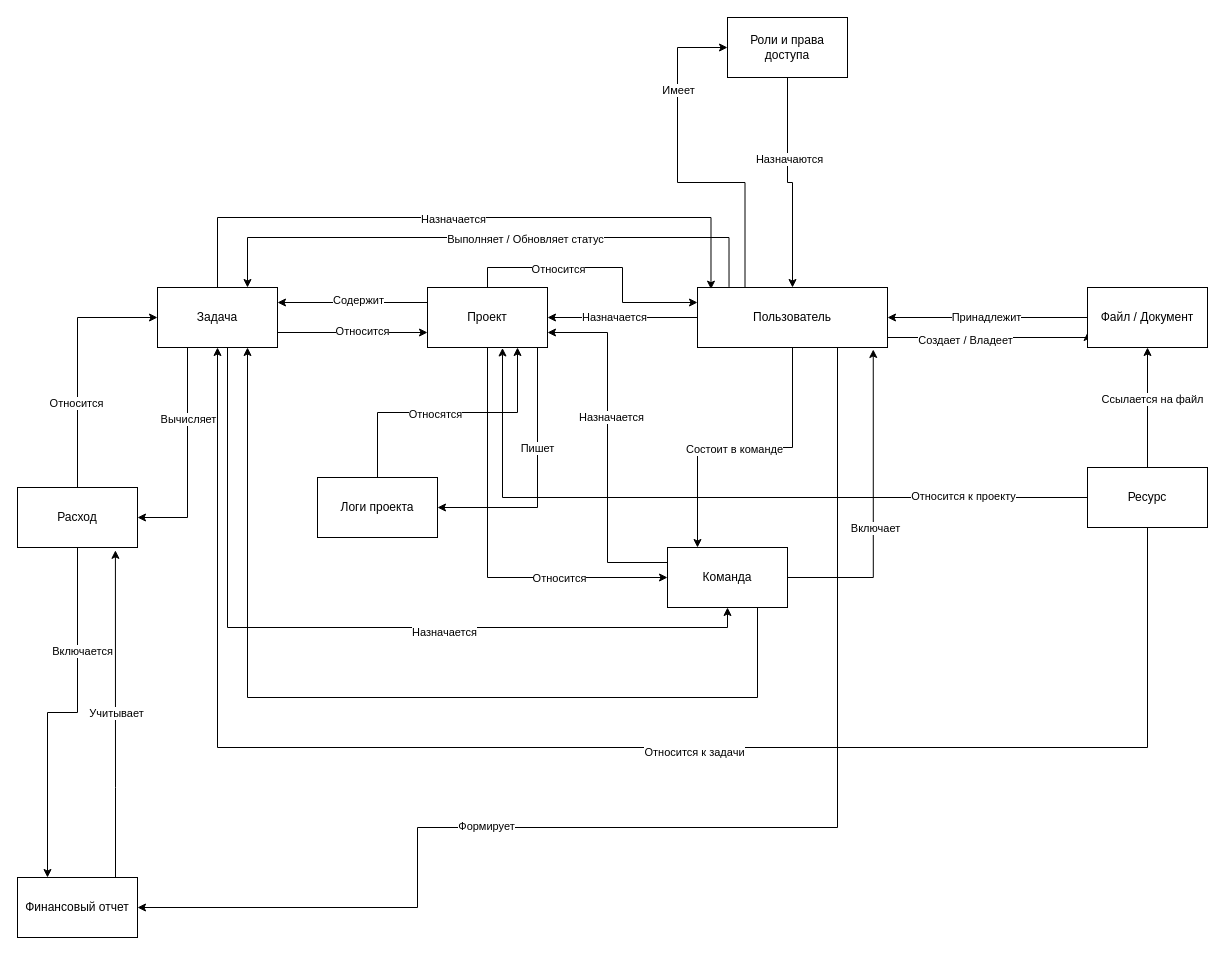
jejikeh/psu_labki keeps this draw.io diagram as c3s1/bd/lab2.drawio. Above is the earlier version. Source tidied: cells renumbered, new cells numbered last; positions are measured from the earlier drawing's top-left corner, leaving out a move shared by most shapes. Both pictures are drawn from the tidied source at 100%, with x=0, y=0 at pixel (17, 17).
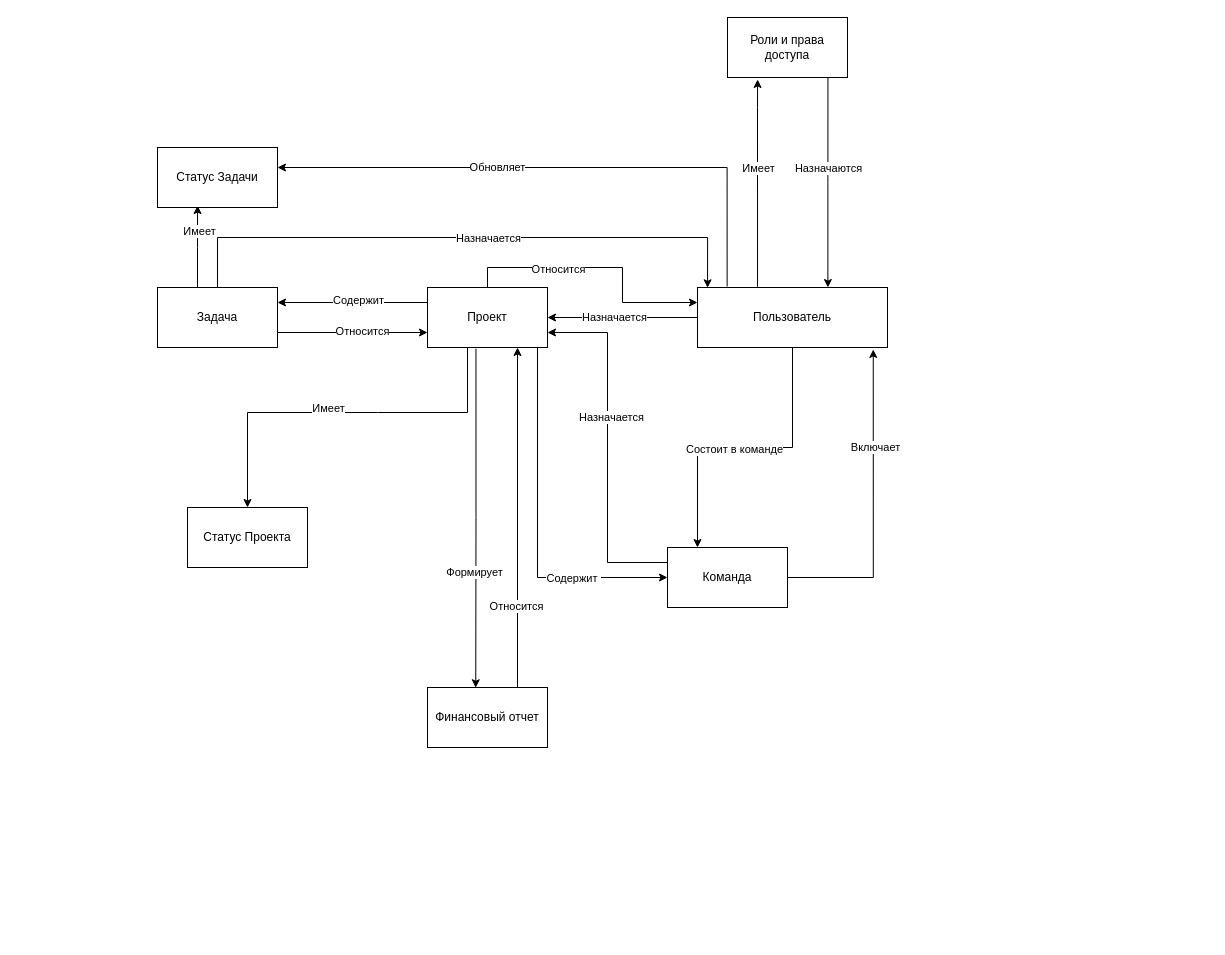
The same page after the edit.

Unchanged cells that the change refers to:
```xml
<mxCell id="10" value="Проект" style="rounded=0;whiteSpace=wrap;html=1;" parent="1" vertex="1">
  <mxGeometry x="410" y="270" width="120" height="60" as="geometry" />
</mxCell>
<mxCell id="17" value="Задача" style="rounded=0;whiteSpace=wrap;html=1;" parent="1" vertex="1">
  <mxGeometry x="140" y="270" width="120" height="60" as="geometry" />
</mxCell>
<mxCell id="45" value="Пользователь" style="rounded=0;whiteSpace=wrap;html=1;" parent="1" vertex="1">
  <mxGeometry x="680" y="270" width="190" height="60" as="geometry" />
</mxCell>
<mxCell id="52" value="Команда" style="rounded=0;whiteSpace=wrap;html=1;" parent="1" vertex="1">
  <mxGeometry x="650" y="530" width="120" height="60" as="geometry" />
</mxCell>
<mxCell id="56" value="Роли и права доступа" style="rounded=0;whiteSpace=wrap;html=1;" parent="1" vertex="1">
  <mxGeometry x="710" width="120" height="60" as="geometry" />
</mxCell>
<mxCell id="57" style="edgeStyle=orthogonalEdgeStyle;rounded=0;jettySize=auto;html=1;entryX=0.925;entryY=1.033;entryDx=0;entryDy=0;entryPerimeter=0;exitX=1;exitY=0.5;exitDx=0;exitDy=0;" parent="1" edge="1" source="52" target="45">
  <mxGeometry relative="1" as="geometry" />
</mxCell>
```

Diff of the diagram source:
```diff
@@
-    <mxCell id="4" style="edgeStyle=orthogonalEdgeStyle;rounded=0;jettySize=auto;html=1;entryX=0;entryY=0.5;entryDx=0;entryDy=0;exitX=0.5;exitY=1;exitDx=0;exitDy=0;" parent="1" edge="1" source="10" target="52">
-      <mxGeometry relative="1" as="geometry" />
+    <mxCell id="4" style="edgeStyle=orthogonalEdgeStyle;rounded=0;jettySize=auto;html=1;entryX=0;entryY=0.5;entryDx=0;entryDy=0;exitX=0.911;exitY=0.994;exitDx=0;exitDy=0;exitPerimeter=0;" parent="1" edge="1" source="10" target="52">
+      <mxGeometry relative="1" as="geometry">
+        <Array as="points">
+          <mxPoint x="522" y="330" />
+          <mxPoint x="520" y="330" />
+          <mxPoint x="520" y="560" />
+        </Array>
+      </mxGeometry>
     </mxCell>
-    <mxCell id="5" value="Относится" style="edgeLabel;html=1;align=center;verticalAlign=middle;" parent="4" vertex="1">
+    <mxCell id="5" value="Содержит&amp;nbsp;" style="edgeLabel;html=1;align=center;verticalAlign=middle;" parent="4" vertex="1">
       <mxGeometry x="0.34" y="-2" relative="1" as="geometry">
         <mxPoint x="26" y="-2" as="offset" />
       </mxGeometry>
     </mxCell>
@@
-    <mxCell id="8" style="edgeStyle=orthogonalEdgeStyle;rounded=0;jettySize=auto;html=1;entryX=1;entryY=0.5;entryDx=0;entryDy=0;" parent="1" edge="1" source="10" target="32">
-      <mxGeometry relative="1" as="geometry">
-        <Array as="points">
-          <mxPoint x="520" y="490" />
-        </Array>
-      </mxGeometry>
-    </mxCell>
-    <mxCell id="9" value="Пишет" style="edgeLabel;html=1;align=center;verticalAlign=middle;" parent="8" vertex="1">
-      <mxGeometry x="0.46" relative="1" as="geometry">
-        <mxPoint x="29" y="-60" as="offset" />
-      </mxGeometry>
-    </mxCell>
@@
-    <mxCell id="13" style="edgeStyle=orthogonalEdgeStyle;rounded=0;jettySize=auto;html=1;entryX=0.5;entryY=1;entryDx=0;entryDy=0;" parent="1" edge="1" source="17" target="52">
-      <mxGeometry relative="1" as="geometry">
-        <Array as="points">
-          <mxPoint x="210" y="610" />
-          <mxPoint x="710" y="610" />
-        </Array>
-      </mxGeometry>
-    </mxCell>
-    <mxCell id="14" value="Назначается" style="edgeLabel;html=1;align=center;verticalAlign=middle;" parent="13" vertex="1">
-      <mxGeometry x="0.24" y="-4" relative="1" as="geometry" />
-    </mxCell>
-    <mxCell id="15" style="edgeStyle=orthogonalEdgeStyle;rounded=0;jettySize=auto;html=1;entryX=1;entryY=0.5;entryDx=0;entryDy=0;exitX=0.25;exitY=1;exitDx=0;exitDy=0;" parent="1" edge="1" source="17" target="29">
-      <mxGeometry relative="1" as="geometry" />
-    </mxCell>
-    <mxCell id="16" value="Вычисляет" style="edgeLabel;html=1;align=center;verticalAlign=middle;" parent="15" vertex="1">
-      <mxGeometry x="-0.02" y="4" relative="1" as="geometry">
-        <mxPoint x="-4" y="-37" as="offset" />
-      </mxGeometry>
-    </mxCell>
+    <mxCell id="63" style="edgeStyle=orthogonalEdgeStyle;rounded=0;jettySize=auto;html=1;entryX=0.334;entryY=0.968;entryDx=0;entryDy=0;entryPerimeter=0;" parent="1" edge="1" source="17" target="66">
+      <mxGeometry relative="1" as="geometry">
+        <Array as="points">
+          <mxPoint x="180" y="230" />
+          <mxPoint x="180" y="230" />
+        </Array>
+      </mxGeometry>
+    </mxCell>
+    <mxCell id="64" value="Имеет" style="edgeLabel;html=1;align=center;verticalAlign=middle;" parent="63" vertex="1">
+      <mxGeometry x="0.1" y="-1" relative="1" as="geometry">
+        <mxPoint y="-12" as="offset" />
+      </mxGeometry>
+    </mxCell>
@@
-    <mxCell id="18" style="edgeStyle=orthogonalEdgeStyle;rounded=0;jettySize=auto;html=1;entryX=0.5;entryY=1;entryDx=0;entryDy=0;" parent="1" edge="1" source="24" target="48">
-      <mxGeometry relative="1" as="geometry" />
-    </mxCell>
-    <mxCell id="19" value="Ссылается на файл" style="edgeLabel;html=1;align=center;verticalAlign=middle;" parent="18" vertex="1">
-      <mxGeometry x="0.15" y="-4" relative="1" as="geometry" />
-    </mxCell>
-    <mxCell id="20" style="edgeStyle=orthogonalEdgeStyle;rounded=0;jettySize=auto;html=1;entryX=0.625;entryY=1.008;entryDx=0;entryDy=0;entryPerimeter=0;" parent="1" edge="1" source="24" target="10">
-      <mxGeometry relative="1" as="geometry" />
-    </mxCell>
-    <mxCell id="21" value="Относится к проекту" style="edgeLabel;html=1;align=center;verticalAlign=middle;" parent="20" vertex="1">
-      <mxGeometry x="-0.66" y="-2" relative="1" as="geometry" />
-    </mxCell>
-    <mxCell id="22" style="edgeStyle=orthogonalEdgeStyle;rounded=0;jettySize=auto;html=1;" parent="1" edge="1" source="24" target="17">
-      <mxGeometry relative="1" as="geometry">
-        <Array as="points">
-          <mxPoint x="1130" y="730" />
-          <mxPoint x="200" y="730" />
-        </Array>
-      </mxGeometry>
-    </mxCell>
-    <mxCell id="23" value="Относится к задачи" style="edgeLabel;html=1;align=center;verticalAlign=middle;" parent="22" vertex="1">
-      <mxGeometry x="-0.13" y="4" relative="1" as="geometry" />
-    </mxCell>
-    <mxCell id="24" value="Ресурс" style="rounded=0;whiteSpace=wrap;html=1;" parent="1" vertex="1">
-      <mxGeometry x="1070" y="450" width="120" height="60" as="geometry" />
-    </mxCell>
-    <mxCell id="25" style="edgeStyle=orthogonalEdgeStyle;rounded=0;jettySize=auto;html=1;entryX=0;entryY=0.5;entryDx=0;entryDy=0;exitX=0.5;exitY=0;exitDx=0;exitDy=0;" parent="1" edge="1" source="29" target="17">
-      <mxGeometry relative="1" as="geometry" />
-    </mxCell>
-    <mxCell id="26" value="Относится" style="edgeLabel;html=1;align=center;verticalAlign=middle;" parent="25" vertex="1">
-      <mxGeometry x="-0.32" y="2" relative="1" as="geometry" />
-    </mxCell>
-    <mxCell id="27" style="edgeStyle=orthogonalEdgeStyle;rounded=0;jettySize=auto;html=1;entryX=0.25;entryY=0;entryDx=0;entryDy=0;" parent="1" edge="1" source="29" target="53">
-      <mxGeometry relative="1" as="geometry" />
-    </mxCell>
-    <mxCell id="28" value="Включается" style="edgeLabel;html=1;align=center;verticalAlign=middle;" parent="27" vertex="1">
-      <mxGeometry x="-0.43" y="4" relative="1" as="geometry" />
-    </mxCell>
-    <mxCell id="29" value="Расход" style="rounded=0;whiteSpace=wrap;html=1;" parent="1" vertex="1">
-      <mxGeometry y="470" width="120" height="60" as="geometry" />
-    </mxCell>
-    <mxCell id="30" style="edgeStyle=orthogonalEdgeStyle;rounded=0;jettySize=auto;html=1;entryX=0.75;entryY=1;entryDx=0;entryDy=0;" parent="1" edge="1" source="32" target="10">
-      <mxGeometry relative="1" as="geometry" />
+    <mxCell id="30" style="edgeStyle=orthogonalEdgeStyle;rounded=0;jettySize=auto;html=1;endArrow=none;endFill=0;startArrow=classic;startFill=1;" parent="1" edge="1" source="32">
+      <mxGeometry relative="1" as="geometry">
+        <mxPoint x="450" y="330" as="targetPoint" />
+        <Array as="points">
+          <mxPoint x="360" y="395" />
+          <mxPoint x="450" y="395" />
+          <mxPoint x="450" y="330" />
+        </Array>
+      </mxGeometry>
     </mxCell>
-    <mxCell id="31" value="Относятся" style="edgeLabel;html=1;align=center;verticalAlign=middle;" parent="30" vertex="1">
-      <mxGeometry x="-0.1" y="-1" relative="1" as="geometry" />
+    <mxCell id="31" value="Имеет" style="edgeLabel;html=1;align=center;verticalAlign=middle;" parent="30" vertex="1">
+      <mxGeometry x="-0.1" y="-1" relative="1" as="geometry">
+        <mxPoint x="4" y="-6" as="offset" />
+      </mxGeometry>
     </mxCell>
-    <mxCell id="32" value="Логи проекта" style="rounded=0;whiteSpace=wrap;html=1;" parent="1" vertex="1">
-      <mxGeometry x="300" y="460" width="120" height="60" as="geometry" />
+    <mxCell id="32" value="Статус Проекта" style="rounded=0;whiteSpace=wrap;html=1;" parent="1" vertex="1">
+      <mxGeometry x="170" y="490" width="120" height="60" as="geometry" />
     </mxCell>
-    <mxCell id="33" style="edgeStyle=orthogonalEdgeStyle;rounded=0;jettySize=auto;html=1;entryX=0;entryY=0.5;entryDx=0;entryDy=0;exitX=0.25;exitY=0;exitDx=0;exitDy=0;" parent="1" edge="1" source="45" target="56">
-      <mxGeometry relative="1" as="geometry" />
+    <mxCell id="33" style="edgeStyle=orthogonalEdgeStyle;rounded=0;jettySize=auto;html=1;exitX=0.316;exitY=-0.013;exitDx=0;exitDy=0;exitPerimeter=0;entryX=0.251;entryY=1.033;entryDx=0;entryDy=0;entryPerimeter=0;" parent="1" edge="1" source="45" target="56">
+      <mxGeometry relative="1" as="geometry">
+        <Array as="points">
+          <mxPoint x="740" y="90" />
+          <mxPoint x="740" y="90" />
+        </Array>
+      </mxGeometry>
     </mxCell>
     <mxCell id="34" value="Имеет" style="edgeLabel;html=1;align=center;verticalAlign=middle;" parent="33" vertex="1">
-      <mxGeometry x="0.48" relative="1" as="geometry" />
+      <mxGeometry x="0.48" relative="1" as="geometry">
+        <mxPoint y="34" as="offset" />
+      </mxGeometry>
     </mxCell>
@@
-    <mxCell id="39" style="edgeStyle=orthogonalEdgeStyle;rounded=0;jettySize=auto;html=1;entryX=0.75;entryY=0;entryDx=0;entryDy=0;exitX=0.166;exitY=-0.01;exitDx=0;exitDy=0;exitPerimeter=0;" parent="1" edge="1" source="45" target="17">
-      <mxGeometry relative="1" as="geometry">
-        <Array as="points">
-          <mxPoint x="711" y="220" />
-          <mxPoint x="230" y="220" />
-        </Array>
-      </mxGeometry>
-    </mxCell>
-    <mxCell id="40" value="Выполняет / Обновляет статус" style="edgeLabel;html=1;align=center;verticalAlign=middle;" parent="39" vertex="1">
-      <mxGeometry x="-0.13" y="1" relative="1" as="geometry" />
-    </mxCell>
-    <mxCell id="41" style="edgeStyle=orthogonalEdgeStyle;rounded=0;jettySize=auto;html=1;entryX=0;entryY=0.75;entryDx=0;entryDy=0;" parent="1" edge="1" source="45" target="48">
-      <mxGeometry relative="1" as="geometry">
-        <Array as="points">
-          <mxPoint x="1070" y="320" />
-        </Array>
-      </mxGeometry>
-    </mxCell>
-    <mxCell id="42" value="Создает / Владеет" style="edgeLabel;html=1;align=center;verticalAlign=middle;" parent="41" vertex="1">
-      <mxGeometry x="-0.25" y="-2" relative="1" as="geometry" />
-    </mxCell>
-    <mxCell id="43" style="edgeStyle=orthogonalEdgeStyle;rounded=0;jettySize=auto;html=1;entryX=1;entryY=0.5;entryDx=0;entryDy=0;" parent="1" edge="1" source="45" target="53">
-      <mxGeometry relative="1" as="geometry">
-        <Array as="points">
-          <mxPoint x="820" y="810" />
-          <mxPoint x="400" y="810" />
-          <mxPoint x="400" y="890" />
-        </Array>
-      </mxGeometry>
+    <mxCell id="43" style="edgeStyle=orthogonalEdgeStyle;rounded=0;jettySize=auto;html=1;entryX=0.402;entryY=0.004;entryDx=0;entryDy=0;exitX=0.404;exitY=1.021;exitDx=0;exitDy=0;exitPerimeter=0;entryPerimeter=0;" parent="1" edge="1" source="10" target="53">
+      <mxGeometry relative="1" as="geometry" />
     </mxCell>
@@
-    <mxCell id="46" style="edgeStyle=orthogonalEdgeStyle;rounded=0;jettySize=auto;html=1;" parent="1" edge="1" source="48" target="45">
-      <mxGeometry relative="1" as="geometry" />
-    </mxCell>
-    <mxCell id="47" value="Принадлежит" style="edgeLabel;html=1;align=center;verticalAlign=middle;" parent="46" vertex="1">
-      <mxGeometry x="0.02" y="-1" relative="1" as="geometry" />
-    </mxCell>
-    <mxCell id="48" value="Файл / Документ" style="rounded=0;whiteSpace=wrap;html=1;" parent="1" vertex="1">
-      <mxGeometry x="1070" y="270" width="120" height="60" as="geometry" />
-    </mxCell>
@@
-    <mxCell id="51" style="edgeStyle=orthogonalEdgeStyle;rounded=0;jettySize=auto;html=1;entryX=0.75;entryY=1;entryDx=0;entryDy=0;" parent="1" edge="1" source="52" target="17">
-      <mxGeometry relative="1" as="geometry">
-        <Array as="points">
-          <mxPoint x="740" y="680" />
-          <mxPoint x="230" y="680" />
-        </Array>
-      </mxGeometry>
-    </mxCell>
@@
+    <mxCell id="65" style="edgeStyle=orthogonalEdgeStyle;rounded=0;jettySize=auto;html=1;entryX=0.75;entryY=1;entryDx=0;entryDy=0;" parent="1" edge="1" source="53" target="10">
+      <mxGeometry relative="1" as="geometry">
+        <Array as="points">
+          <mxPoint x="500" y="690" />
+          <mxPoint x="500" y="690" />
+        </Array>
+      </mxGeometry>
+    </mxCell>
+    <mxCell id="26" value="Относится" style="edgeLabel;html=1;align=center;verticalAlign=middle;" parent="65" vertex="1">
+      <mxGeometry x="-0.15" y="2" relative="1" as="geometry">
+        <mxPoint y="63" as="offset" />
+      </mxGeometry>
+    </mxCell>
     <mxCell id="53" value="Финансовый отчет" style="rounded=0;whiteSpace=wrap;html=1;" parent="1" vertex="1">
-      <mxGeometry y="860" width="120" height="60" as="geometry" />
+      <mxGeometry x="410" y="670" width="120" height="60" as="geometry" />
     </mxCell>
-    <mxCell id="54" style="edgeStyle=orthogonalEdgeStyle;rounded=0;jettySize=auto;html=1;" parent="1" edge="1" source="56" target="45">
-      <mxGeometry relative="1" as="geometry" />
+    <mxCell id="54" style="edgeStyle=orthogonalEdgeStyle;rounded=0;jettySize=auto;html=1;exitX=0.837;exitY=1.003;exitDx=0;exitDy=0;exitPerimeter=0;" parent="1" edge="1" source="56" target="45">
+      <mxGeometry relative="1" as="geometry">
+        <Array as="points">
+          <mxPoint x="810" y="165" />
+          <mxPoint x="810" y="165" />
+        </Array>
+      </mxGeometry>
     </mxCell>
     <mxCell id="55" value="Назначаются" style="edgeLabel;html=1;align=center;verticalAlign=middle;" parent="54" vertex="1">
-      <mxGeometry x="-0.25" y="1" relative="1" as="geometry" />
+      <mxGeometry x="-0.25" y="1" relative="1" as="geometry">
+        <mxPoint x="-1" y="11" as="offset" />
+      </mxGeometry>
     </mxCell>
@@
     <mxCell id="58" value="Включает" style="edgeLabel;html=1;align=center;verticalAlign=middle;" parent="57" vertex="1">
-      <mxGeometry x="-0.14" y="-2" relative="1" as="geometry" />
+      <mxGeometry x="-0.14" y="-2" relative="1" as="geometry">
+        <mxPoint y="-81" as="offset" />
+      </mxGeometry>
     </mxCell>
-    <mxCell id="59" style="edgeStyle=orthogonalEdgeStyle;rounded=0;jettySize=auto;html=1;exitX=0.5;exitY=0;exitDx=0;exitDy=0;entryX=0.071;entryY=0.028;entryDx=0;entryDy=0;entryPerimeter=0;" parent="1" edge="1" source="17" target="45">
+    <mxCell id="59" style="edgeStyle=orthogonalEdgeStyle;rounded=0;jettySize=auto;html=1;exitX=0.5;exitY=0;exitDx=0;exitDy=0;entryX=0.053;entryY=0.005;entryDx=0;entryDy=0;entryPerimeter=0;" parent="1" edge="1" source="17" target="45">
       <mxGeometry relative="1" as="geometry">
         <Array as="points">
-          <mxPoint x="200" y="200" />
-          <mxPoint x="693" y="200" />
+          <mxPoint x="200" y="220" />
+          <mxPoint x="690" y="220" />
         </Array>
       </mxGeometry>
     </mxCell>
     <mxCell id="60" value="Назначается" style="edgeLabel;html=1;align=center;verticalAlign=middle;" parent="59" vertex="1">
-      <mxGeometry x="-0.04" y="-1" relative="1" as="geometry" />
+      <mxGeometry x="-0.04" y="-1" relative="1" as="geometry">
+        <mxPoint x="37" y="-1" as="offset" />
+      </mxGeometry>
     </mxCell>
-    <mxCell id="61" style="edgeStyle=orthogonalEdgeStyle;rounded=0;jettySize=auto;html=1;entryX=0.816;entryY=1.047;entryDx=0;entryDy=0;entryPerimeter=0;" parent="1" edge="1" source="53" target="29">
-      <mxGeometry relative="1" as="geometry">
-        <Array as="points">
-          <mxPoint x="98" y="770" />
-          <mxPoint x="98" y="770" />
-        </Array>
-      </mxGeometry>
-    </mxCell>
-    <mxCell id="62" value="Учитывает" style="edgeLabel;html=1;align=center;verticalAlign=middle;" parent="61" vertex="1">
-      <mxGeometry y="-1" relative="1" as="geometry" />
-    </mxCell>
+    <mxCell id="66" value="Статус Задачи" style="rounded=0;whiteSpace=wrap;html=1;" parent="1" vertex="1">
+      <mxGeometry x="140" y="130" width="120" height="60" as="geometry" />
+    </mxCell>
+    <mxCell id="67" style="edgeStyle=orthogonalEdgeStyle;rounded=0;jettySize=auto;html=1;entryX=0.156;entryY=-0.018;entryDx=0;entryDy=0;entryPerimeter=0;endArrow=none;endFill=0;startArrow=classic;startFill=1;" parent="1" edge="1" source="66" target="45">
+      <mxGeometry relative="1" as="geometry">
+        <Array as="points">
+          <mxPoint x="710" y="150" />
+        </Array>
+      </mxGeometry>
+    </mxCell>
+    <mxCell id="68" value="Обновляет" style="edgeLabel;html=1;align=center;verticalAlign=middle;" parent="67" vertex="1">
+      <mxGeometry x="-0.23" y="1" relative="1" as="geometry" />
+    </mxCell>
```
